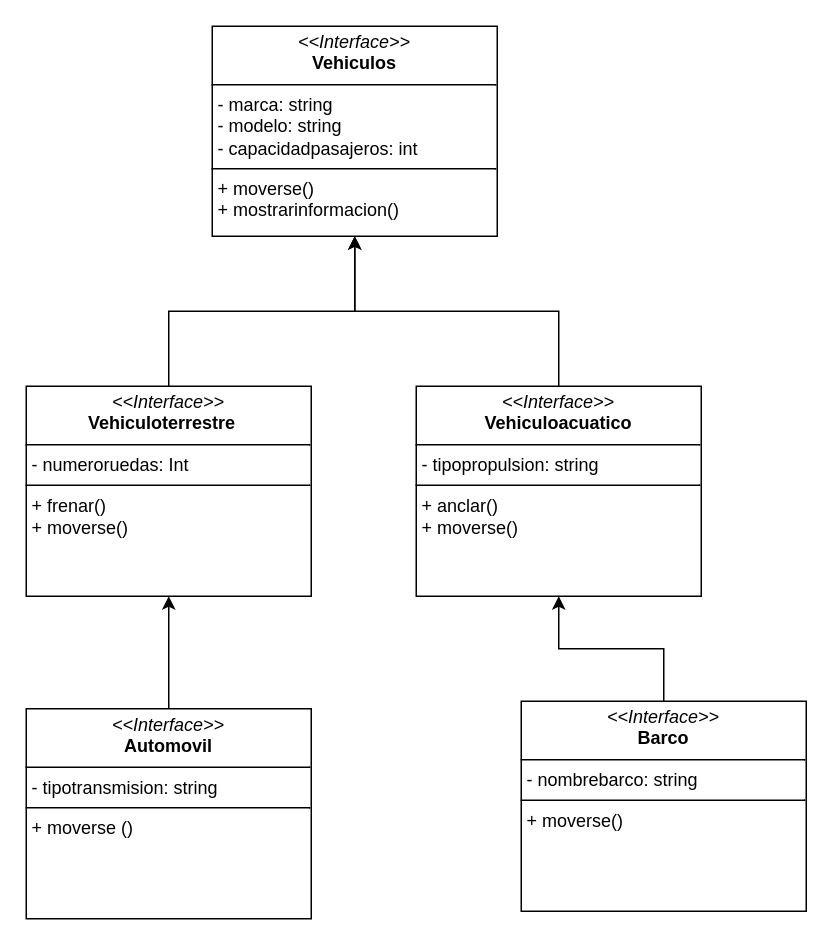
Above: page "Página-8" (8 of 10) of Taller10Ejercicios.drawio in JetstreamSam09/sena_trabajos_trimestre2 (draw.io), before the change. Source tidied: cells renumbered, new cells numbered last; positions are measured from the earlier drawing's top-left corner, leaving out a move shared by most shapes. Both pictures are drawn from the tidied source at 150%, with x=0, y=0 at pixel (26, 26).
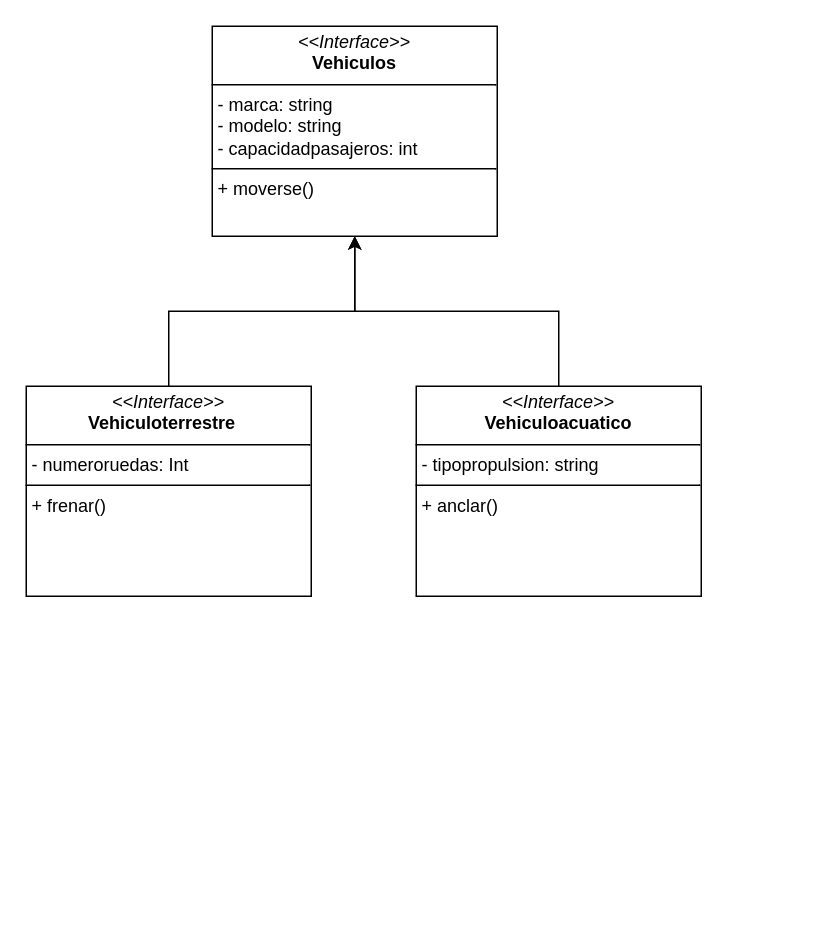
The same diagram, later.

What changed in the source:
```diff
@@
 <mxGraphModel>
   <root>
     <mxCell id="0" />
     <mxCell id="1" parent="0" />
-    <mxCell id="2" value="&lt;p style=&quot;margin:0px;margin-top:4px;text-align:center;&quot;&gt;&lt;i&gt;&amp;lt;&amp;lt;Interface&amp;gt;&amp;gt;&lt;/i&gt;&lt;br&gt;&lt;b&gt;Vehiculos&lt;/b&gt;&lt;/p&gt;&lt;hr size=&quot;1&quot; style=&quot;border-style:solid;&quot;&gt;&lt;p style=&quot;margin:0px;margin-left:4px;&quot;&gt;- marca: string&lt;br&gt;- modelo: string&lt;/p&gt;&lt;p style=&quot;margin:0px;margin-left:4px;&quot;&gt;- capacidadpasajeros: int&lt;/p&gt;&lt;hr size=&quot;1&quot; style=&quot;border-style:solid;&quot;&gt;&lt;p style=&quot;margin:0px;margin-left:4px;&quot;&gt;+ moverse()&lt;br&gt;+ mostrarinformacion()&lt;/p&gt;" style="verticalAlign=top;align=left;overflow=fill;html=1;whiteSpace=wrap;" parent="1" vertex="1">
+    <mxCell id="2" value="&lt;p style=&quot;margin:0px;margin-top:4px;text-align:center;&quot;&gt;&lt;i&gt;&amp;lt;&amp;lt;Interface&amp;gt;&amp;gt;&lt;/i&gt;&lt;br&gt;&lt;b&gt;Vehiculos&lt;/b&gt;&lt;/p&gt;&lt;hr size=&quot;1&quot; style=&quot;border-style:solid;&quot;&gt;&lt;p style=&quot;margin:0px;margin-left:4px;&quot;&gt;- marca: string&lt;br&gt;- modelo: string&lt;/p&gt;&lt;p style=&quot;margin:0px;margin-left:4px;&quot;&gt;- capacidadpasajeros: int&lt;/p&gt;&lt;hr size=&quot;1&quot; style=&quot;border-style:solid;&quot;&gt;&lt;p style=&quot;margin:0px;margin-left:4px;&quot;&gt;+ moverse()&lt;br&gt;&lt;/p&gt;" style="verticalAlign=top;align=left;overflow=fill;html=1;whiteSpace=wrap;" parent="1" vertex="1">
       <mxGeometry x="124" width="190" height="140" as="geometry" />
     </mxCell>
     <mxCell id="3" style="edgeStyle=orthogonalEdgeStyle;rounded=0;jettySize=auto;html=1;" parent="1" edge="1" source="4" target="2">
       <mxGeometry relative="1" as="geometry" />
     </mxCell>
-    <mxCell id="4" value="&lt;p style=&quot;margin:0px;margin-top:4px;text-align:center;&quot;&gt;&lt;i&gt;&amp;lt;&amp;lt;Interface&amp;gt;&amp;gt;&lt;/i&gt;&lt;br&gt;&lt;b&gt;Vehiculoacuatico&lt;/b&gt;&lt;/p&gt;&lt;hr size=&quot;1&quot; style=&quot;border-style:solid;&quot;&gt;&lt;p style=&quot;margin:0px;margin-left:4px;&quot;&gt;- tipopropulsion: string&lt;br&gt;&lt;/p&gt;&lt;hr size=&quot;1&quot; style=&quot;border-style:solid;&quot;&gt;&lt;p style=&quot;margin:0px;margin-left:4px;&quot;&gt;+ anclar()&lt;br&gt;+ moverse()&lt;/p&gt;" style="verticalAlign=top;align=left;overflow=fill;html=1;whiteSpace=wrap;" parent="1" vertex="1">
+    <mxCell id="4" value="&lt;p style=&quot;margin:0px;margin-top:4px;text-align:center;&quot;&gt;&lt;i&gt;&amp;lt;&amp;lt;Interface&amp;gt;&amp;gt;&lt;/i&gt;&lt;br&gt;&lt;b&gt;Vehiculoacuatico&lt;/b&gt;&lt;/p&gt;&lt;hr size=&quot;1&quot; style=&quot;border-style:solid;&quot;&gt;&lt;p style=&quot;margin:0px;margin-left:4px;&quot;&gt;- tipopropulsion: string&lt;br&gt;&lt;/p&gt;&lt;hr size=&quot;1&quot; style=&quot;border-style:solid;&quot;&gt;&lt;p style=&quot;margin:0px;margin-left:4px;&quot;&gt;+ anclar()&lt;br&gt;&lt;/p&gt;" style="verticalAlign=top;align=left;overflow=fill;html=1;whiteSpace=wrap;" parent="1" vertex="1">
       <mxGeometry x="260" y="240" width="190" height="140" as="geometry" />
     </mxCell>
     <mxCell id="5" style="edgeStyle=orthogonalEdgeStyle;rounded=0;jettySize=auto;html=1;entryX=0.5;entryY=1;entryDx=0;entryDy=0;" parent="1" edge="1" source="6" target="2">
       <mxGeometry relative="1" as="geometry" />
     </mxCell>
-    <mxCell id="6" value="&lt;p style=&quot;margin:0px;margin-top:4px;text-align:center;&quot;&gt;&lt;i&gt;&amp;lt;&amp;lt;Interface&amp;gt;&amp;gt;&lt;/i&gt;&lt;br&gt;&lt;b&gt;Vehiculoterrestre&lt;span style=&quot;white-space: pre;&quot;&gt;&#9;&lt;/span&gt;&lt;/b&gt;&lt;/p&gt;&lt;hr size=&quot;1&quot; style=&quot;border-style:solid;&quot;&gt;&lt;p style=&quot;margin:0px;margin-left:4px;&quot;&gt;- numeroruedas: Int&lt;br&gt;&lt;/p&gt;&lt;hr size=&quot;1&quot; style=&quot;border-style:solid;&quot;&gt;&lt;p style=&quot;margin:0px;margin-left:4px;&quot;&gt;+ frenar()&lt;/p&gt;&lt;p style=&quot;margin:0px;margin-left:4px;&quot;&gt;+ moverse()&lt;/p&gt;" style="verticalAlign=top;align=left;overflow=fill;html=1;whiteSpace=wrap;" parent="1" vertex="1">
+    <mxCell id="6" value="&lt;p style=&quot;margin:0px;margin-top:4px;text-align:center;&quot;&gt;&lt;i&gt;&amp;lt;&amp;lt;Interface&amp;gt;&amp;gt;&lt;/i&gt;&lt;br&gt;&lt;b&gt;Vehiculoterrestre&lt;span style=&quot;white-space: pre;&quot;&gt;&#9;&lt;/span&gt;&lt;/b&gt;&lt;/p&gt;&lt;hr size=&quot;1&quot; style=&quot;border-style:solid;&quot;&gt;&lt;p style=&quot;margin:0px;margin-left:4px;&quot;&gt;- numeroruedas: Int&lt;br&gt;&lt;/p&gt;&lt;hr size=&quot;1&quot; style=&quot;border-style:solid;&quot;&gt;&lt;p style=&quot;margin:0px;margin-left:4px;&quot;&gt;+ frenar()&lt;/p&gt;" style="verticalAlign=top;align=left;overflow=fill;html=1;whiteSpace=wrap;" parent="1" vertex="1">
       <mxGeometry y="240" width="190" height="140" as="geometry" />
     </mxCell>
-    <mxCell id="7" style="edgeStyle=orthogonalEdgeStyle;rounded=0;jettySize=auto;html=1;entryX=0.5;entryY=1;entryDx=0;entryDy=0;" parent="1" edge="1" source="8" target="6">
-      <mxGeometry relative="1" as="geometry" />
-    </mxCell>
-    <mxCell id="8" value="&lt;p style=&quot;margin:0px;margin-top:4px;text-align:center;&quot;&gt;&lt;i&gt;&amp;lt;&amp;lt;Interface&amp;gt;&amp;gt;&lt;/i&gt;&lt;br&gt;&lt;b&gt;Automovil&lt;/b&gt;&lt;/p&gt;&lt;hr size=&quot;1&quot; style=&quot;border-style:solid;&quot;&gt;&lt;p style=&quot;margin:0px;margin-left:4px;&quot;&gt;- tipotransmision: string&lt;/p&gt;&lt;hr size=&quot;1&quot; style=&quot;border-style:solid;&quot;&gt;&lt;p style=&quot;margin:0px;margin-left:4px;&quot;&gt;+ moverse ()&lt;/p&gt;" style="verticalAlign=top;align=left;overflow=fill;html=1;whiteSpace=wrap;" parent="1" vertex="1">
-      <mxGeometry y="455" width="190" height="140" as="geometry" />
-    </mxCell>
-    <mxCell id="9" style="edgeStyle=orthogonalEdgeStyle;rounded=0;jettySize=auto;html=1;entryX=0.5;entryY=1;entryDx=0;entryDy=0;" parent="1" edge="1" source="10" target="4">
-      <mxGeometry relative="1" as="geometry" />
-    </mxCell>
-    <mxCell id="10" value="&lt;p style=&quot;margin:0px;margin-top:4px;text-align:center;&quot;&gt;&lt;i&gt;&amp;lt;&amp;lt;Interface&amp;gt;&amp;gt;&lt;/i&gt;&lt;br&gt;&lt;b&gt;Barco&lt;/b&gt;&lt;/p&gt;&lt;hr size=&quot;1&quot; style=&quot;border-style:solid;&quot;&gt;&lt;p style=&quot;margin:0px;margin-left:4px;&quot;&gt;- nombrebarco: string&lt;/p&gt;&lt;hr size=&quot;1&quot; style=&quot;border-style:solid;&quot;&gt;&lt;p style=&quot;margin:0px;margin-left:4px;&quot;&gt;+ moverse()&lt;/p&gt;" style="verticalAlign=top;align=left;overflow=fill;html=1;whiteSpace=wrap;" parent="1" vertex="1">
-      <mxGeometry x="330" y="450" width="190" height="140" as="geometry" />
-    </mxCell>
   </root>
 </mxGraphModel>
```
